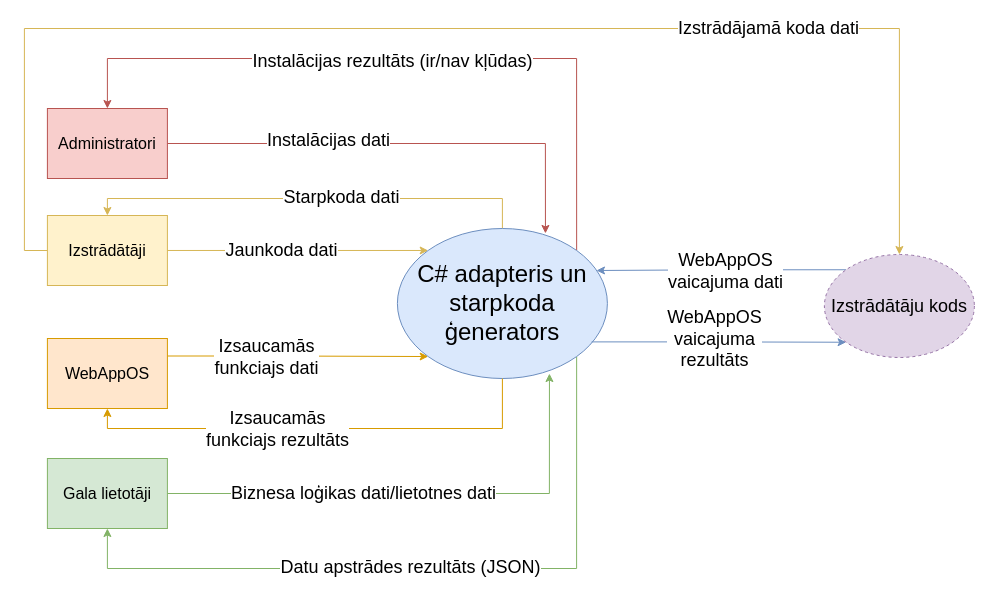
The draw.io diagram page "0. level" (1 of 9) of src/Kvalifikacijas darbs/Diagrammas/DPD.drawio in artiks12/webAppOS, before the edit. Source tidied: cells renumbered, new cells numbered last; positions are measured from the earlier drawing's top-left corner, leaving out a move shared by most shapes. Both pictures are drawn from the tidied source at 100%, with x=0, y=0 at pixel (24, 28).
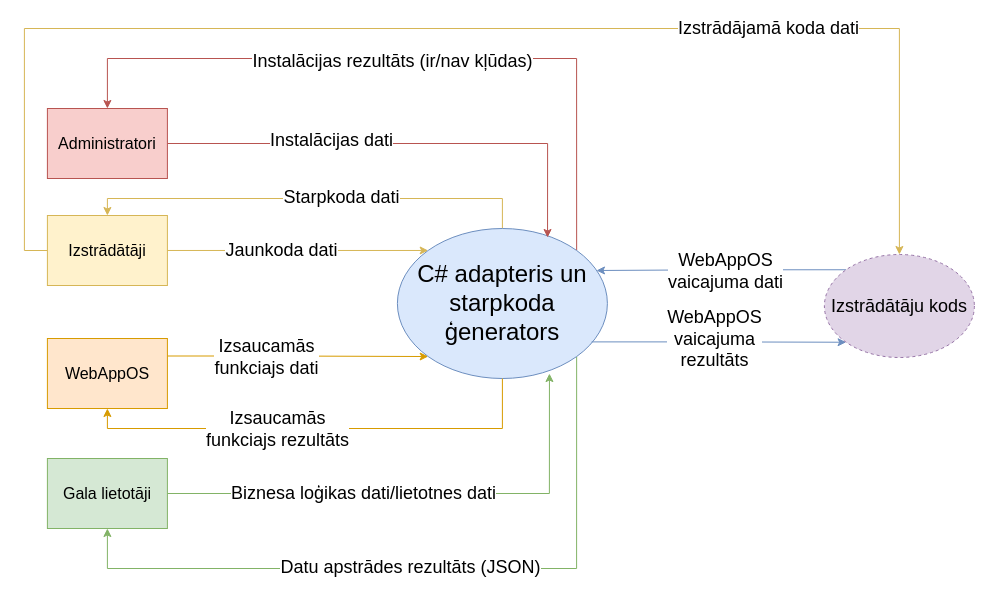
The same page after the edit.

Unchanged cells that the change refers to:
```xml
<mxCell id="8" value="&lt;font style=&quot;font-size: 24px&quot;&gt;C# adapteris un starpkoda ģenerators&lt;/font&gt;" style="ellipse;whiteSpace=wrap;html=1;fillColor=#dae8fc;strokeColor=#6c8ebf;" parent="1" vertex="1">
  <mxGeometry x="372.9" y="200" width="210" height="150" as="geometry" />
</mxCell>
<mxCell id="16" value="&lt;font size=&quot;3&quot;&gt;Administratori&lt;br&gt;&lt;/font&gt;" style="rounded=0;whiteSpace=wrap;html=1;fillColor=#f8cecc;strokeColor=#b85450;" parent="1" vertex="1">
  <mxGeometry x="22.9" y="80" width="120" height="70" as="geometry" />
</mxCell>
```

Change to the diagram source:
```diff
@@
-    <mxCell id="14" style="edgeStyle=orthogonalEdgeStyle;rounded=0;jettySize=auto;html=1;entryX=0.705;entryY=0.033;entryDx=0;entryDy=0;fillColor=#f8cecc;strokeColor=#b85450;entryPerimeter=0;" parent="1" edge="1" source="16" target="8">
+    <mxCell id="14" style="edgeStyle=orthogonalEdgeStyle;rounded=0;jettySize=auto;html=1;entryX=0.715;entryY=0.06;entryDx=0;entryDy=0;fillColor=#f8cecc;strokeColor=#b85450;entryPerimeter=0;" parent="1" edge="1" source="16" target="8">
       <mxGeometry relative="1" as="geometry" />
     </mxCell>
```
